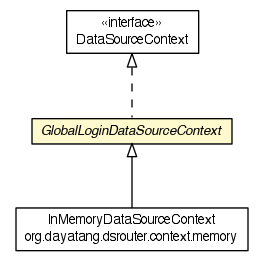
dayatang/dddlib keeps this Graphviz diagram as apidocs/org/dayatang/dsrouter/context/GlobalLoginDataSourceContext.png. Above is the earlier version. Its source is kept beside it as apidocs/org/dayatang/dsrouter/context/GlobalLoginDataSourceContext.dot.
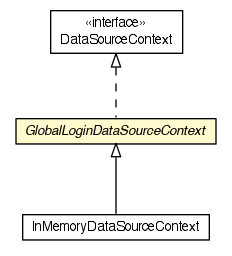
Above is the later version.

What changed in the source:
```diff
@@ -4,23 +4,22 @@
 	node [fontname="Helvetica",fontsize=10,shape=plaintext];
 	nodesep=0.25;
 	ranksep=0.5;
-	c53007 [label=<<table title="org.dayatang.dsrouter.context.GlobalLoginDataSourceContext" border="0" cellborder="1" cellspacing="0" cellpadding="2" port="p" bgcolor="lemonChiffon" href="./GlobalLoginDataSourceContext.html">
+	c52790 [label=<<table title="org.dayatang.dsrouter.context.GlobalLoginDataSourceContext" border="0" cellborder="1" cellspacing="0" cellpadding="2" port="p" bgcolor="lemonChiffon" href="./GlobalLoginDataSourceContext.html">
 		<tr><td><table border="0" cellspacing="0" cellpadding="1">
 <tr><td align="center" balign="center"><font face="Helvetica-Oblique"> GlobalLoginDataSourceContext </font></td></tr>
 		</table></td></tr>
 		</table>>, URL="./GlobalLoginDataSourceContext.html", fontname="Helvetica", fontcolor="black", fontsize=10.0];
-	c53008 [label=<<table title="org.dayatang.dsrouter.context.DataSourceContext" border="0" cellborder="1" cellspacing="0" cellpadding="2" port="p" href="./DataSourceContext.html">
+	c52791 [label=<<table title="org.dayatang.dsrouter.context.DataSourceContext" border="0" cellborder="1" cellspacing="0" cellpadding="2" port="p" href="./DataSourceContext.html">
 		<tr><td><table border="0" cellspacing="0" cellpadding="1">
 <tr><td align="center" balign="center"> &#171;interface&#187; </td></tr>
 <tr><td align="center" balign="center"> DataSourceContext </td></tr>
 		</table></td></tr>
 		</table>>, URL="./DataSourceContext.html", fontname="Helvetica", fontcolor="black", fontsize=10.0];
-	c53009 [label=<<table title="org.dayatang.dsrouter.context.memory.InMemoryDataSourceContext" border="0" cellborder="1" cellspacing="0" cellpadding="2" port="p" href="./memory/InMemoryDataSourceContext.html">
+	c52792 [label=<<table title="org.dayatang.dsrouter.context.memory.InMemoryDataSourceContext" border="0" cellborder="1" cellspacing="0" cellpadding="2" port="p" href="./memory/InMemoryDataSourceContext.html">
 		<tr><td><table border="0" cellspacing="0" cellpadding="1">
 <tr><td align="center" balign="center"> InMemoryDataSourceContext </td></tr>
-<tr><td align="center" balign="center"> org.dayatang.dsrouter.context.memory </td></tr>
 		</table></td></tr>
 		</table>>, URL="./memory/InMemoryDataSourceContext.html", fontname="Helvetica", fontcolor="black", fontsize=10.0];
-	c53008:p -> c53007:p [dir=back,arrowtail=empty,style=dashed];
-	c53007:p -> c53009:p [dir=back,arrowtail=empty];
+	c52791:p -> c52790:p [dir=back,arrowtail=empty,style=dashed];
+	c52790:p -> c52792:p [dir=back,arrowtail=empty];
 }
```
